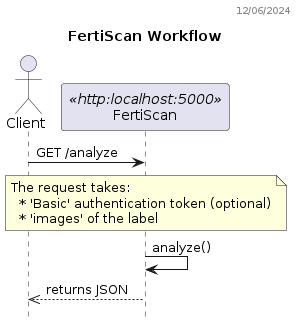
Earlier version of the PlantUML export out/docs/workflow_dss/FertiScan Sequence Diagram.png (ai-cfia/fertiscan-backend).
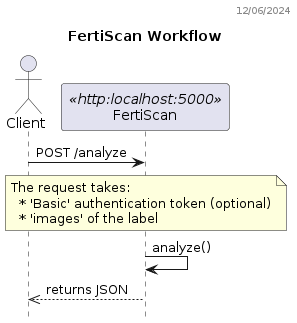
The same diagram one commit later.

Commit message:
doc: s/GET/POST in workflow

Change to the diagram source:
```diff
@@ -8,7 +8,7 @@
 actor "Client" as C
 participant FertiScan as F <<http:localhost:5000>>
 
-C -> F: GET /analyze
+C -> F: POST /analyze
 note over F
   The request takes:
     * 'Basic' authentication token (optional)
```
